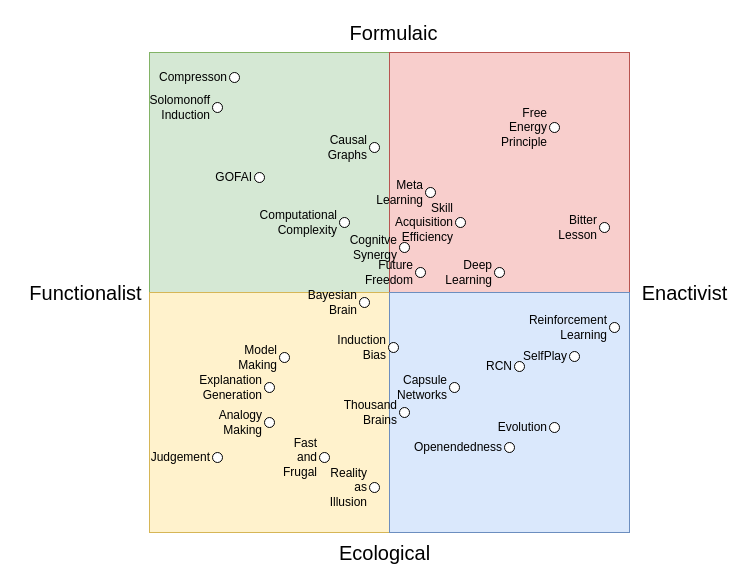
This is agenda_nine.drawio from codeaudit/1, a draw.io file, before an edit. Source tidied: cells renumbered, new cells numbered last; positions are measured from the earlier drawing's top-left corner, leaving out a move shared by most shapes. Both pictures are drawn from the tidied source at 100%, with x=0, y=0 at pixel (20, 17).
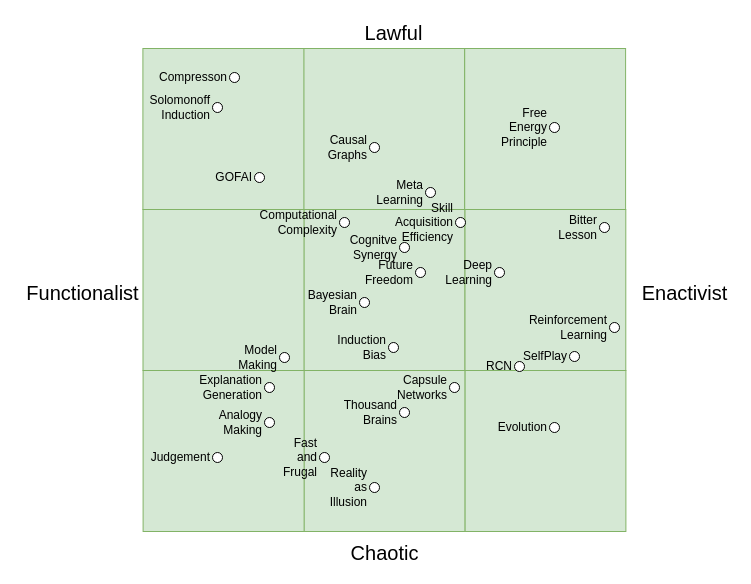
The same page after the edit.

The edit, as a diff of the source:
```diff
@@
-    <mxCell id="2" style="whiteSpace=wrap;html=1;fillColor=#d5e8d4;strokeColor=#82b366;" parent="1" vertex="1">
-      <mxGeometry x="129" y="35" width="240" height="240" as="geometry" />
-    </mxCell>
-    <mxCell id="3" style="whiteSpace=wrap;html=1;fillColor=#f8cecc;strokeColor=#b85450;" parent="1" vertex="1">
-      <mxGeometry x="369" y="35" width="240" height="240" as="geometry" />
-    </mxCell>
-    <mxCell id="4" style="whiteSpace=wrap;html=1;fillColor=#fff2cc;strokeColor=#d6b656;" parent="1" vertex="1">
-      <mxGeometry x="129" y="275" width="240" height="240" as="geometry" />
-    </mxCell>
-    <mxCell id="5" style="whiteSpace=wrap;html=1;fillColor=#dae8fc;strokeColor=#6c8ebf;" parent="1" vertex="1">
-      <mxGeometry x="369" y="275" width="240" height="240" as="geometry" />
-    </mxCell>
+    <mxCell id="37" style="whiteSpace=wrap;html=1;fillColor=#d5e8d4;strokeColor=#82b366;" parent="1" vertex="1">
+      <mxGeometry x="444.4" y="353" width="161" height="161" as="geometry" />
+    </mxCell>
+    <mxCell id="38" style="whiteSpace=wrap;html=1;fillColor=#d5e8d4;strokeColor=#82b366;" parent="1" vertex="1">
+      <mxGeometry x="283.4" y="353" width="161" height="161" as="geometry" />
+    </mxCell>
+    <mxCell id="39" style="whiteSpace=wrap;html=1;fillColor=#d5e8d4;strokeColor=#82b366;" parent="1" vertex="1">
+      <mxGeometry x="122.6" y="353" width="161" height="161" as="geometry" />
+    </mxCell>
+    <mxCell id="40" style="whiteSpace=wrap;html=1;fillColor=#d5e8d4;strokeColor=#82b366;" parent="1" vertex="1">
+      <mxGeometry x="444.3" y="192" width="161" height="161" as="geometry" />
+    </mxCell>
+    <mxCell id="41" style="whiteSpace=wrap;html=1;fillColor=#d5e8d4;strokeColor=#82b366;" parent="1" vertex="1">
+      <mxGeometry x="283.3" y="192" width="161" height="161" as="geometry" />
+    </mxCell>
+    <mxCell id="42" style="whiteSpace=wrap;html=1;fillColor=#d5e8d4;strokeColor=#82b366;" parent="1" vertex="1">
+      <mxGeometry x="122.5" y="192" width="161" height="161" as="geometry" />
+    </mxCell>
+    <mxCell id="43" style="whiteSpace=wrap;html=1;fillColor=#d5e8d4;strokeColor=#82b366;" parent="1" vertex="1">
+      <mxGeometry x="444.1" y="31" width="161" height="161" as="geometry" />
+    </mxCell>
+    <mxCell id="44" style="whiteSpace=wrap;html=1;fillColor=#d5e8d4;strokeColor=#82b366;" parent="1" vertex="1">
+      <mxGeometry x="283.1" y="31" width="161" height="161" as="geometry" />
+    </mxCell>
+    <mxCell id="45" style="whiteSpace=wrap;html=1;fillColor=#d5e8d4;strokeColor=#82b366;" parent="1" vertex="1">
+      <mxGeometry x="122.4" y="31" width="161" height="161" as="geometry" />
+    </mxCell>
-    <mxCell id="6" value="Ecological" style="text;html=1;align=center;verticalAlign=middle;fontSize=20;" parent="1" vertex="1">
-      <mxGeometry x="309" y="520" width="110" height="30" as="geometry" />
+    <mxCell id="6" value="Chaotic" style="text;html=1;align=center;verticalAlign=middle;fontSize=20;" parent="1" vertex="1">
+      <mxGeometry x="324" y="520" width="80" height="30" as="geometry" />
     </mxCell>
-    <mxCell id="7" value="Formulaic" style="text;html=1;align=center;verticalAlign=middle;fontSize=20;" parent="1" vertex="1">
-      <mxGeometry x="323" width="100" height="30" as="geometry" />
+    <mxCell id="7" value="Lawful" style="text;html=1;align=center;verticalAlign=middle;fontSize=20;" parent="1" vertex="1">
+      <mxGeometry x="338" width="70" height="30" as="geometry" />
     </mxCell>
@@
     <mxCell id="9" value="Functionalist" style="text;html=1;align=center;verticalAlign=middle;fontSize=20;" parent="1" vertex="1">
-      <mxGeometry y="260" width="130" height="30" as="geometry" />
+      <mxGeometry x="-3" y="260" width="130" height="30" as="geometry" />
     </mxCell>
@@
-    <mxCell id="16" value="Openendedness" style="ellipse;whiteSpace=wrap;html=1;fontSize=12;labelPosition=left;verticalLabelPosition=middle;align=right;verticalAlign=middle;" parent="1" vertex="1">
-      <mxGeometry x="484" y="425" width="10" height="10" as="geometry" />
-    </mxCell>
```
